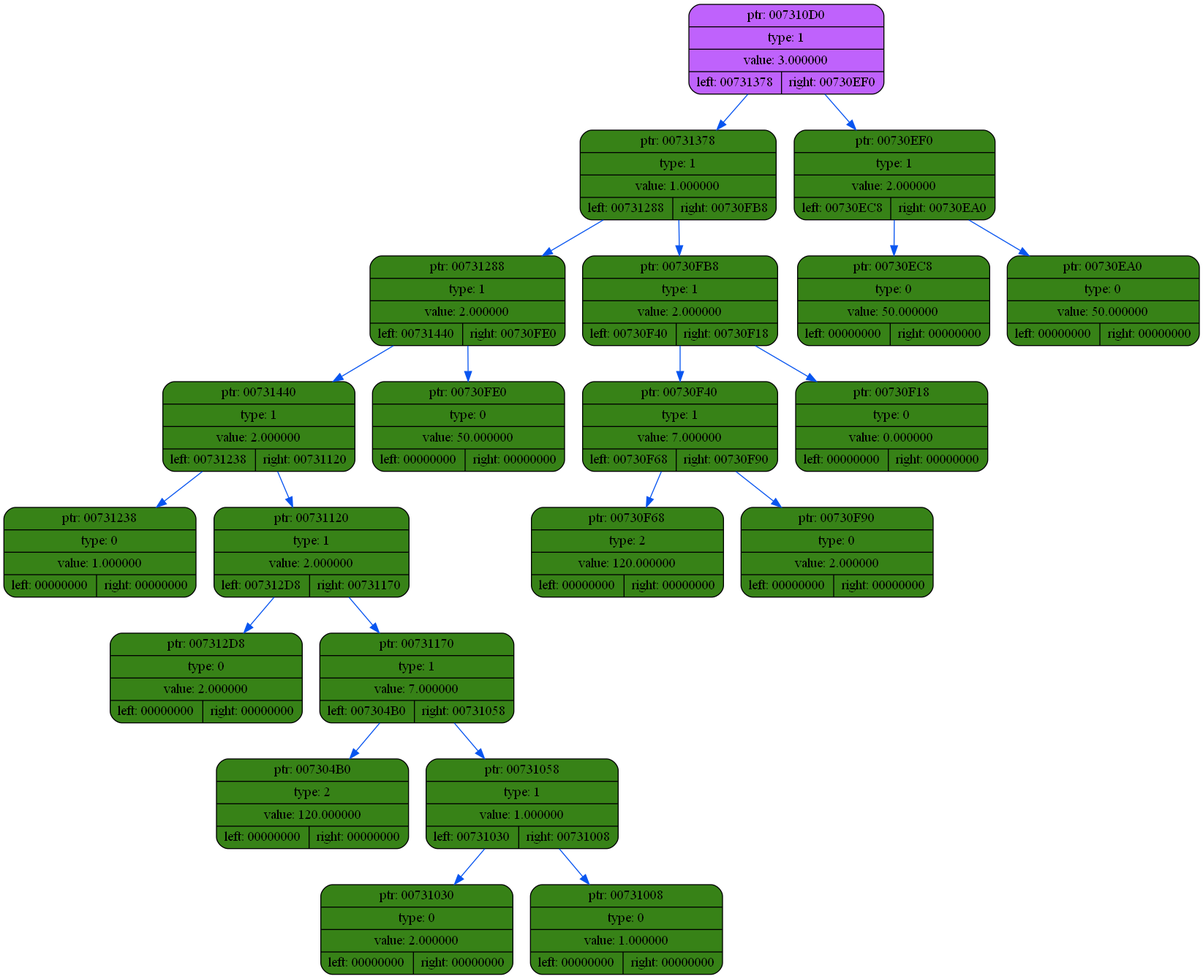
The Graphviz diagram dump/dump6.png in coffee8cat/differentiator, before a commit. Its source is kept beside it as dump/dump6.dot.
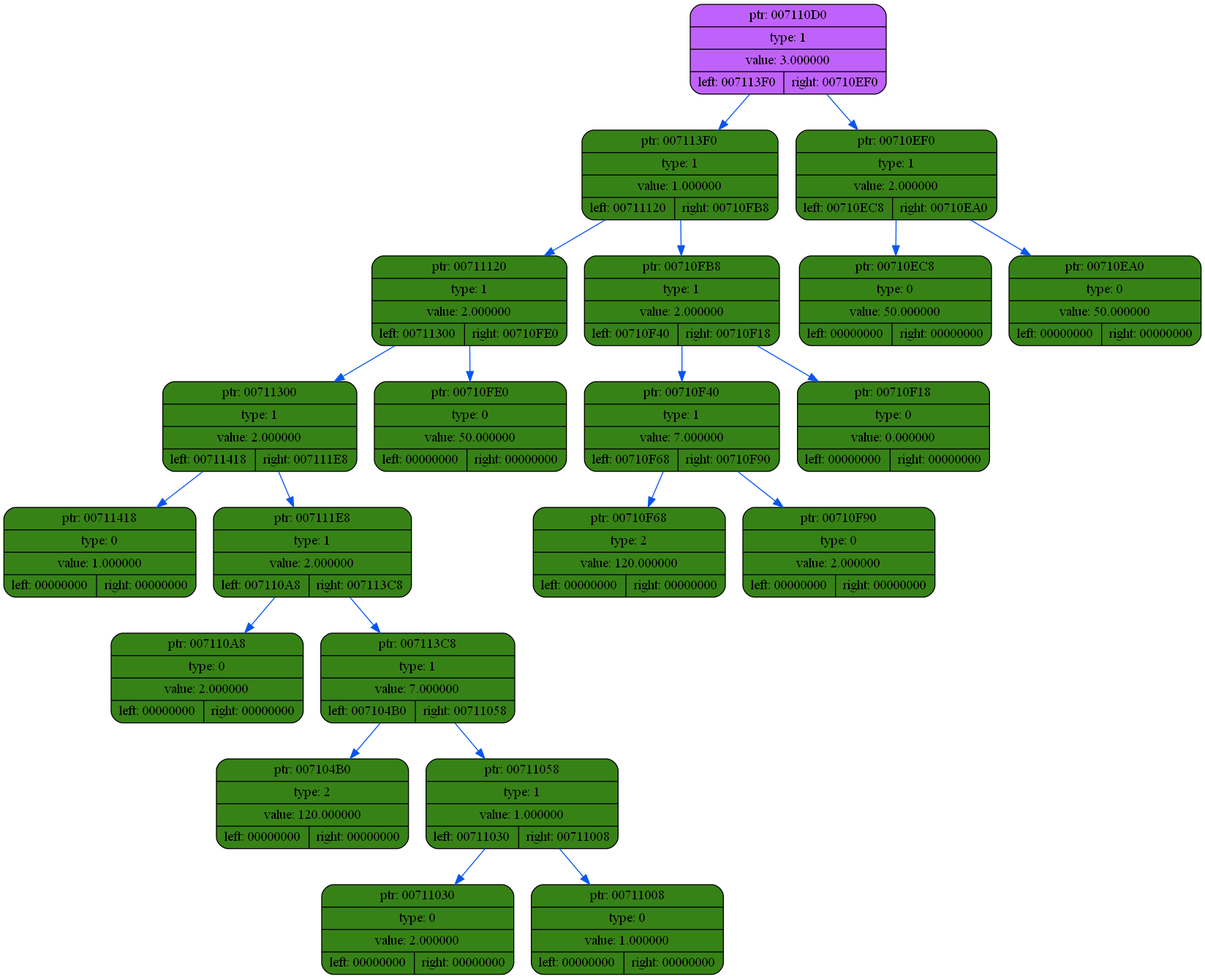
The same diagram one commit later.

What changed in the source:
```diff
@@ -2,45 +2,45 @@
 {
     rankdir=TP
 
-        node007310D0[shape=record,style="rounded,filled",fillcolor="#BF62FC",label="{ ptr: 007310D0 | type: 1 | value: 3.000000| { left: 00731378 | right: 00730EF0 }}"];
-    node007310D0 -> node00731378[color="#0855F0"]
-    node00731378[shape=record,style="rounded,filled",fillcolor="#378217",label="{ ptr: 00731378 | type: 1 | value: 1.000000| { left: 00731288 | right: 00730FB8 }}"];
-    node00731378 -> node00731288[color="#0855F0"]
-    node00731288[shape=record,style="rounded,filled",fillcolor="#378217",label="{ ptr: 00731288 | type: 1 | value: 2.000000| { left: 00731440 | right: 00730FE0 }}"];
-    node00731288 -> node00731440[color="#0855F0"]
-    node00731440[shape=record,style="rounded,filled",fillcolor="#378217",label="{ ptr: 00731440 | type: 1 | value: 2.000000| { left: 00731238 | right: 00731120 }}"];
-    node00731440 -> node00731238[color="#0855F0"]
-    node00731238[shape=record,style="rounded,filled",fillcolor="#378217",label="{ ptr: 00731238 | type: 0 | value: 1.000000| { left: 00000000 | right: 00000000 }}"];
-    node00731440 -> node00731120[color="#0855F0"]
-    node00731120[shape=record,style="rounded,filled",fillcolor="#378217",label="{ ptr: 00731120 | type: 1 | value: 2.000000| { left: 007312D8 | right: 00731170 }}"];
-    node00731120 -> node007312D8[color="#0855F0"]
-    node007312D8[shape=record,style="rounded,filled",fillcolor="#378217",label="{ ptr: 007312D8 | type: 0 | value: 2.000000| { left: 00000000 | right: 00000000 }}"];
-    node00731120 -> node00731170[color="#0855F0"]
-    node00731170[shape=record,style="rounded,filled",fillcolor="#378217",label="{ ptr: 00731170 | type: 1 | value: 7.000000| { left: 007304B0 | right: 00731058 }}"];
-    node00731170 -> node007304B0[color="#0855F0"]
-    node007304B0[shape=record,style="rounded,filled",fillcolor="#378217",label="{ ptr: 007304B0 | type: 2 | value: 120.000000| { left: 00000000 | right: 00000000 }}"];
-    node00731170 -> node00731058[color="#0855F0"]
-    node00731058[shape=record,style="rounded,filled",fillcolor="#378217",label="{ ptr: 00731058 | type: 1 | value: 1.000000| { left: 00731030 | right: 00731008 }}"];
-    node00731058 -> node00731030[color="#0855F0"]
-    node00731030[shape=record,style="rounded,filled",fillcolor="#378217",label="{ ptr: 00731030 | type: 0 | value: 2.000000| { left: 00000000 | right: 00000000 }}"];
-    node00731058 -> node00731008[color="#0855F0"]
-    node00731008[shape=record,style="rounded,filled",fillcolor="#378217",label="{ ptr: 00731008 | type: 0 | value: 1.000000| { left: 00000000 | right: 00000000 }}"];
-    node00731288 -> node00730FE0[color="#0855F0"]
-    node00730FE0[shape=record,style="rounded,filled",fillcolor="#378217",label="{ ptr: 00730FE0 | type: 0 | value: 50.000000| { left: 00000000 | right: 00000000 }}"];
-    node00731378 -> node00730FB8[color="#0855F0"]
-    node00730FB8[shape=record,style="rounded,filled",fillcolor="#378217",label="{ ptr: 00730FB8 | type: 1 | value: 2.000000| { left: 00730F40 | right: 00730F18 }}"];
-    node00730FB8 -> node00730F40[color="#0855F0"]
-    node00730F40[shape=record,style="rounded,filled",fillcolor="#378217",label="{ ptr: 00730F40 | type: 1 | value: 7.000000| { left: 00730F68 | right: 00730F90 }}"];
-    node00730F40 -> node00730F68[color="#0855F0"]
-    node00730F68[shape=record,style="rounded,filled",fillcolor="#378217",label="{ ptr: 00730F68 | type: 2 | value: 120.000000| { left: 00000000 | right: 00000000 }}"];
-    node00730F40 -> node00730F90[color="#0855F0"]
-    node00730F90[shape=record,style="rounded,filled",fillcolor="#378217",label="{ ptr: 00730F90 | type: 0 | value: 2.000000| { left: 00000000 | right: 00000000 }}"];
-    node00730FB8 -> node00730F18[color="#0855F0"]
-    node00730F18[shape=record,style="rounded,filled",fillcolor="#378217",label="{ ptr: 00730F18 | type: 0 | value: 0.000000| { left: 00000000 | right: 00000000 }}"];
-    node007310D0 -> node00730EF0[color="#0855F0"]
-    node00730EF0[shape=record,style="rounded,filled",fillcolor="#378217",label="{ ptr: 00730EF0 | type: 1 | value: 2.000000| { left: 00730EC8 | right: 00730EA0 }}"];
-    node00730EF0 -> node00730EC8[color="#0855F0"]
-    node00730EC8[shape=record,style="rounded,filled",fillcolor="#378217",label="{ ptr: 00730EC8 | type: 0 | value: 50.000000| { left: 00000000 | right: 00000000 }}"];
-    node00730EF0 -> node00730EA0[color="#0855F0"]
-    node00730EA0[shape=record,style="rounded,filled",fillcolor="#378217",label="{ ptr: 00730EA0 | type: 0 | value: 50.000000| { left: 00000000 | right: 00000000 }}"];
+        node007110D0[shape=record,style="rounded,filled",fillcolor="#BF62FC",label="{ ptr: 007110D0 | type: 1 | value: 3.000000| { left: 007113F0 | right: 00710EF0 }}"];
+    node007110D0 -> node007113F0[color="#0855F0"]
+    node007113F0[shape=record,style="rounded,filled",fillcolor="#378217",label="{ ptr: 007113F0 | type: 1 | value: 1.000000| { left: 00711120 | right: 00710FB8 }}"];
+    node007113F0 -> node00711120[color="#0855F0"]
+    node00711120[shape=record,style="rounded,filled",fillcolor="#378217",label="{ ptr: 00711120 | type: 1 | value: 2.000000| { left: 00711300 | right: 00710FE0 }}"];
+    node00711120 -> node00711300[color="#0855F0"]
+    node00711300[shape=record,style="rounded,filled",fillcolor="#378217",label="{ ptr: 00711300 | type: 1 | value: 2.000000| { left: 00711418 | right: 007111E8 }}"];
+    node00711300 -> node00711418[color="#0855F0"]
+    node00711418[shape=record,style="rounded,filled",fillcolor="#378217",label="{ ptr: 00711418 | type: 0 | value: 1.000000| { left: 00000000 | right: 00000000 }}"];
+    node00711300 -> node007111E8[color="#0855F0"]
+    node007111E8[shape=record,style="rounded,filled",fillcolor="#378217",label="{ ptr: 007111E8 | type: 1 | value: 2.000000| { left: 007110A8 | right: 007113C8 }}"];
+    node007111E8 -> node007110A8[color="#0855F0"]
+    node007110A8[shape=record,style="rounded,filled",fillcolor="#378217",label="{ ptr: 007110A8 | type: 0 | value: 2.000000| { left: 00000000 | right: 00000000 }}"];
+    node007111E8 -> node007113C8[color="#0855F0"]
+    node007113C8[shape=record,style="rounded,filled",fillcolor="#378217",label="{ ptr: 007113C8 | type: 1 | value: 7.000000| { left: 007104B0 | right: 00711058 }}"];
+    node007113C8 -> node007104B0[color="#0855F0"]
+    node007104B0[shape=record,style="rounded,filled",fillcolor="#378217",label="{ ptr: 007104B0 | type: 2 | value: 120.000000| { left: 00000000 | right: 00000000 }}"];
+    node007113C8 -> node00711058[color="#0855F0"]
+    node00711058[shape=record,style="rounded,filled",fillcolor="#378217",label="{ ptr: 00711058 | type: 1 | value: 1.000000| { left: 00711030 | right: 00711008 }}"];
+    node00711058 -> node00711030[color="#0855F0"]
+    node00711030[shape=record,style="rounded,filled",fillcolor="#378217",label="{ ptr: 00711030 | type: 0 | value: 2.000000| { left: 00000000 | right: 00000000 }}"];
+    node00711058 -> node00711008[color="#0855F0"]
+    node00711008[shape=record,style="rounded,filled",fillcolor="#378217",label="{ ptr: 00711008 | type: 0 | value: 1.000000| { left: 00000000 | right: 00000000 }}"];
+    node00711120 -> node00710FE0[color="#0855F0"]
+    node00710FE0[shape=record,style="rounded,filled",fillcolor="#378217",label="{ ptr: 00710FE0 | type: 0 | value: 50.000000| { left: 00000000 | right: 00000000 }}"];
+    node007113F0 -> node00710FB8[color="#0855F0"]
+    node00710FB8[shape=record,style="rounded,filled",fillcolor="#378217",label="{ ptr: 00710FB8 | type: 1 | value: 2.000000| { left: 00710F40 | right: 00710F18 }}"];
+    node00710FB8 -> node00710F40[color="#0855F0"]
+    node00710F40[shape=record,style="rounded,filled",fillcolor="#378217",label="{ ptr: 00710F40 | type: 1 | value: 7.000000| { left: 00710F68 | right: 00710F90 }}"];
+    node00710F40 -> node00710F68[color="#0855F0"]
+    node00710F68[shape=record,style="rounded,filled",fillcolor="#378217",label="{ ptr: 00710F68 | type: 2 | value: 120.000000| { left: 00000000 | right: 00000000 }}"];
+    node00710F40 -> node00710F90[color="#0855F0"]
+    node00710F90[shape=record,style="rounded,filled",fillcolor="#378217",label="{ ptr: 00710F90 | type: 0 | value: 2.000000| { left: 00000000 | right: 00000000 }}"];
+    node00710FB8 -> node00710F18[color="#0855F0"]
+    node00710F18[shape=record,style="rounded,filled",fillcolor="#378217",label="{ ptr: 00710F18 | type: 0 | value: 0.000000| { left: 00000000 | right: 00000000 }}"];
+    node007110D0 -> node00710EF0[color="#0855F0"]
+    node00710EF0[shape=record,style="rounded,filled",fillcolor="#378217",label="{ ptr: 00710EF0 | type: 1 | value: 2.000000| { left: 00710EC8 | right: 00710EA0 }}"];
+    node00710EF0 -> node00710EC8[color="#0855F0"]
+    node00710EC8[shape=record,style="rounded,filled",fillcolor="#378217",label="{ ptr: 00710EC8 | type: 0 | value: 50.000000| { left: 00000000 | right: 00000000 }}"];
+    node00710EF0 -> node00710EA0[color="#0855F0"]
+    node00710EA0[shape=record,style="rounded,filled",fillcolor="#378217",label="{ ptr: 00710EA0 | type: 0 | value: 50.000000| { left: 00000000 | right: 00000000 }}"];
 }
```
